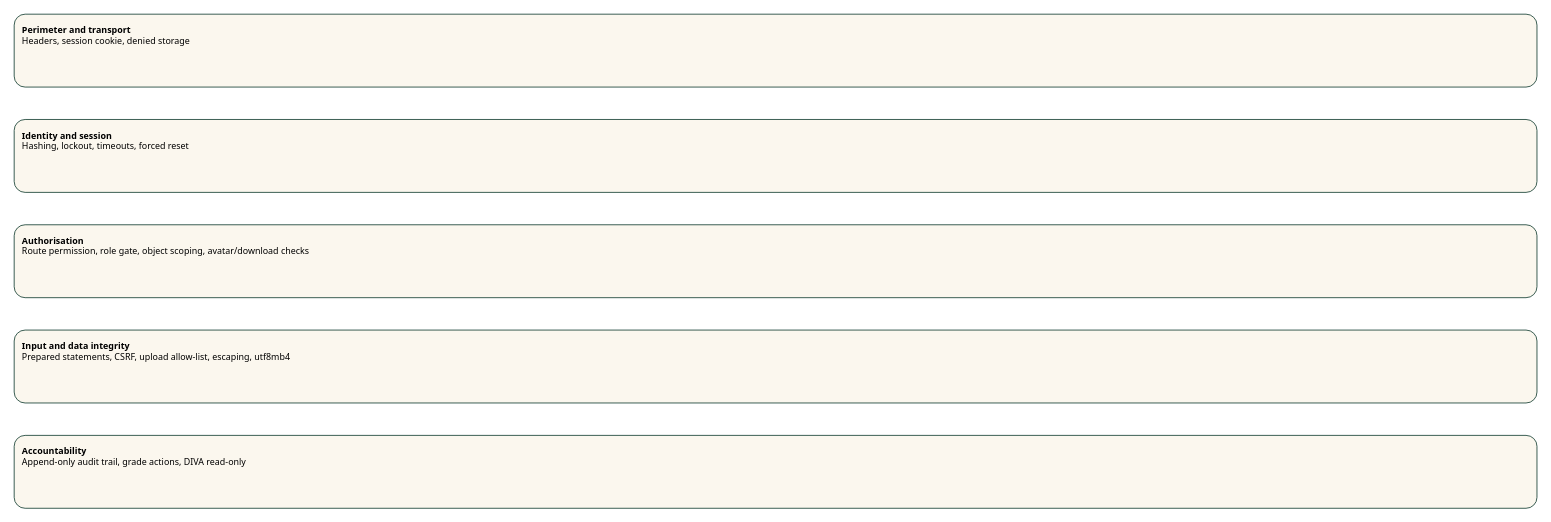
Before: REPORT/figures/Figure_04_Security_Design.drawio in EssenceShady/Digital_LEAP_Assignment3_Group_G, a draw.io diagram. Source tidied: cells renumbered, new cells numbered last; positions are measured from the earlier drawing's top-left corner, leaving out a move shared by most shapes. Both pictures are drawn from the tidied source at 81%, with x=0, y=0 at pixel (14, 14).
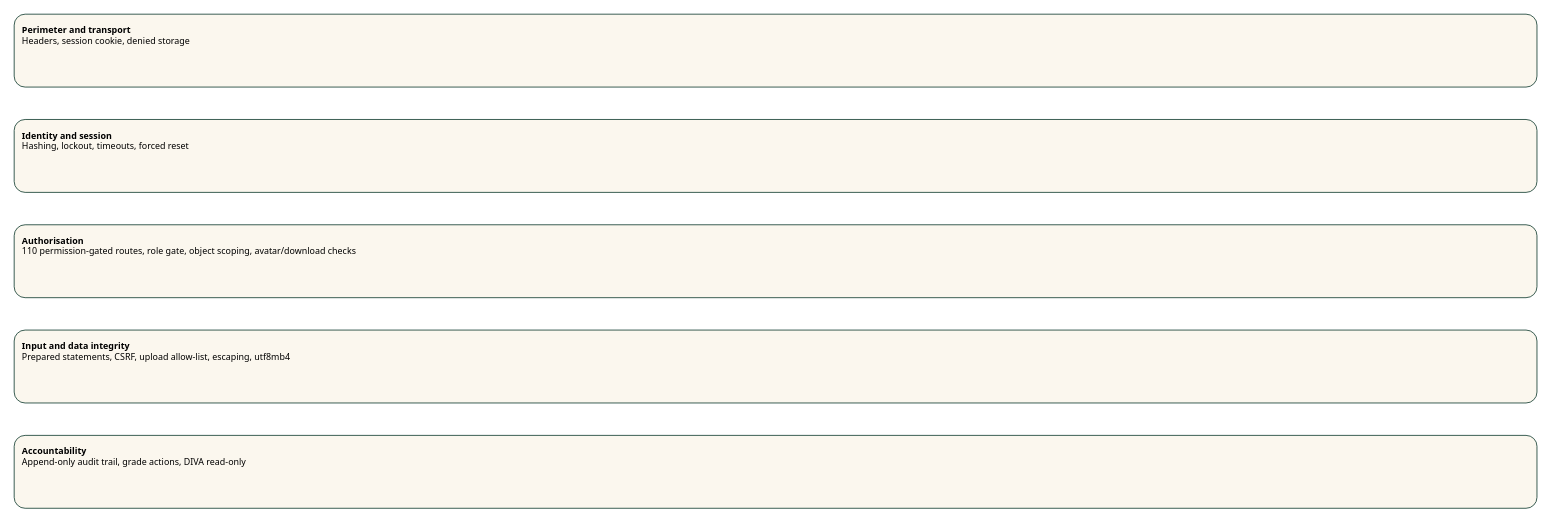
Above is the later version.

Commit message (it also covers changes not shown here):
Correct the figure set and rebuild the report around it

Diff of the diagram source:
```diff
@@
 <mxGraphModel>
   <root>
     <mxCell id="0" />
     <mxCell id="1" parent="0" />
     <mxCell id="2" value="&lt;b&gt;Perimeter and transport&lt;/b&gt;&lt;br&gt;Headers, session cookie, denied storage" style="rounded=1;whiteSpace=wrap;html=1;align=left;verticalAlign=top;spacingLeft=8;spacingTop=6;fontFamily=Tahoma;fontSize=11;fillColor=#FBF7EE;strokeColor=#0F3B2E;" parent="1" vertex="1">
       <mxGeometry width="1880" height="90" as="geometry" />
     </mxCell>
     <mxCell id="3" value="&lt;b&gt;Identity and session&lt;/b&gt;&lt;br&gt;Hashing, lockout, timeouts, forced reset" style="rounded=1;whiteSpace=wrap;html=1;align=left;verticalAlign=top;spacingLeft=8;spacingTop=6;fontFamily=Tahoma;fontSize=11;fillColor=#FBF7EE;strokeColor=#0F3B2E;" parent="1" vertex="1">
       <mxGeometry y="130" width="1880" height="90" as="geometry" />
     </mxCell>
-    <mxCell id="4" value="&lt;b&gt;Authorisation&lt;/b&gt;&lt;br&gt;Route permission, role gate, object scoping, avatar/download checks" style="rounded=1;whiteSpace=wrap;html=1;align=left;verticalAlign=top;spacingLeft=8;spacingTop=6;fontFamily=Tahoma;fontSize=11;fillColor=#FBF7EE;strokeColor=#0F3B2E;" parent="1" vertex="1">
+    <mxCell id="4" value="&lt;b&gt;Authorisation&lt;/b&gt;&lt;br&gt;110 permission-gated routes, role gate, object scoping, avatar/download checks" style="rounded=1;whiteSpace=wrap;html=1;align=left;verticalAlign=top;spacingLeft=8;spacingTop=6;fontFamily=Tahoma;fontSize=11;fillColor=#FBF7EE;strokeColor=#0F3B2E;" parent="1" vertex="1">
       <mxGeometry y="260" width="1880" height="90" as="geometry" />
     </mxCell>
     <mxCell id="5" value="&lt;b&gt;Input and data integrity&lt;/b&gt;&lt;br&gt;Prepared statements, CSRF, upload allow-list, escaping, utf8mb4" style="rounded=1;whiteSpace=wrap;html=1;align=left;verticalAlign=top;spacingLeft=8;spacingTop=6;fontFamily=Tahoma;fontSize=11;fillColor=#FBF7EE;strokeColor=#0F3B2E;" parent="1" vertex="1">
       <mxGeometry y="390" width="1880" height="90" as="geometry" />
     </mxCell>
     <mxCell id="6" value="&lt;b&gt;Accountability&lt;/b&gt;&lt;br&gt;Append-only audit trail, grade actions, DIVA read-only" style="rounded=1;whiteSpace=wrap;html=1;align=left;verticalAlign=top;spacingLeft=8;spacingTop=6;fontFamily=Tahoma;fontSize=11;fillColor=#FBF7EE;strokeColor=#0F3B2E;" parent="1" vertex="1">
       <mxGeometry y="520" width="1880" height="90" as="geometry" />
     </mxCell>
   </root>
 </mxGraphModel>
```
